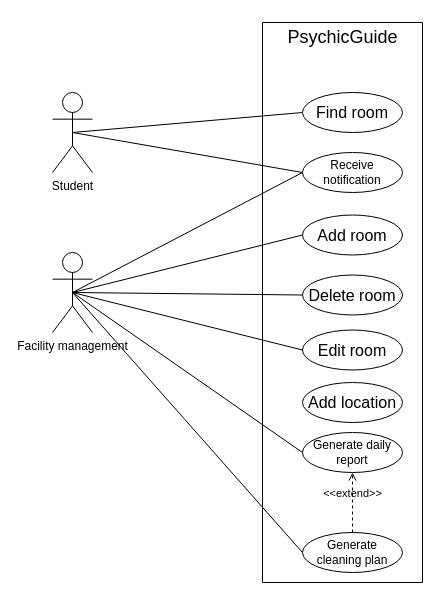
Earlier version of the draw.io diagram Unbenanntes Diagramm.drawio (phyllomenous/PM3_DomainModel). Source tidied: cells renumbered, new cells numbered last; positions are measured from the earlier drawing's top-left corner, leaving out a move shared by most shapes. Both pictures are drawn from the tidied source at 100%, with x=0, y=0 at pixel (52, 17).
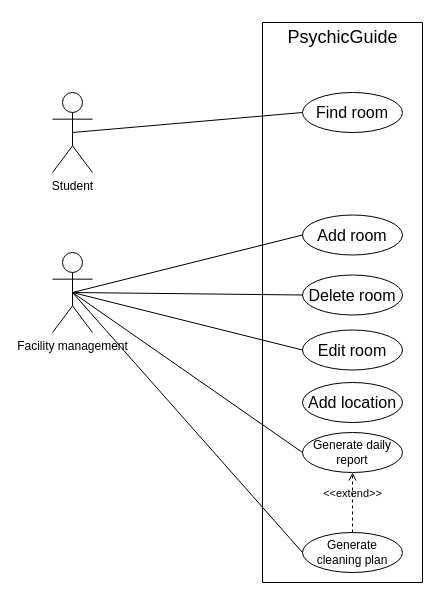
The same page after the edit.

The change refers to these unchanged cells:
```xml
<mxCell id="4" value="Student" style="shape=umlActor;verticalLabelPosition=bottom;verticalAlign=top;html=1;outlineConnect=0;" parent="1" vertex="1">
  <mxGeometry y="75" width="40" height="80" as="geometry" />
</mxCell>
<mxCell id="8" value="Facility management" style="shape=umlActor;verticalLabelPosition=bottom;verticalAlign=top;html=1;outlineConnect=0;" parent="1" vertex="1">
  <mxGeometry y="235" width="40" height="80" as="geometry" />
</mxCell>
<mxCell id="9" style="swimlane;startSize=0;" parent="1" vertex="1">
  <mxGeometry x="210" y="5" width="160" height="560" as="geometry" />
</mxCell>
```

Diff of the diagram source:
```diff
@@
-    <mxCell id="3" style="rounded=0;jettySize=auto;html=1;exitX=0.5;exitY=0.5;exitDx=0;exitDy=0;exitPerimeter=0;entryX=0;entryY=0.5;entryDx=0;entryDy=0;endArrow=none;endFill=0;" parent="1" edge="1" source="4" target="14">
-      <mxGeometry relative="1" as="geometry" />
-    </mxCell>
@@
-    <mxCell id="7" style="rounded=0;jettySize=auto;html=1;exitX=0.5;exitY=0.5;exitDx=0;exitDy=0;exitPerimeter=0;entryX=0;entryY=0.5;entryDx=0;entryDy=0;endArrow=none;endFill=0;" parent="1" edge="1" source="8" target="14">
-      <mxGeometry relative="1" as="geometry" />
-    </mxCell>
@@
-    <mxCell id="14" value="Receive notification" style="ellipse;whiteSpace=wrap;html=1;" parent="9" vertex="1">
-      <mxGeometry x="40" y="130" width="100" height="40" as="geometry" />
-    </mxCell>
```
